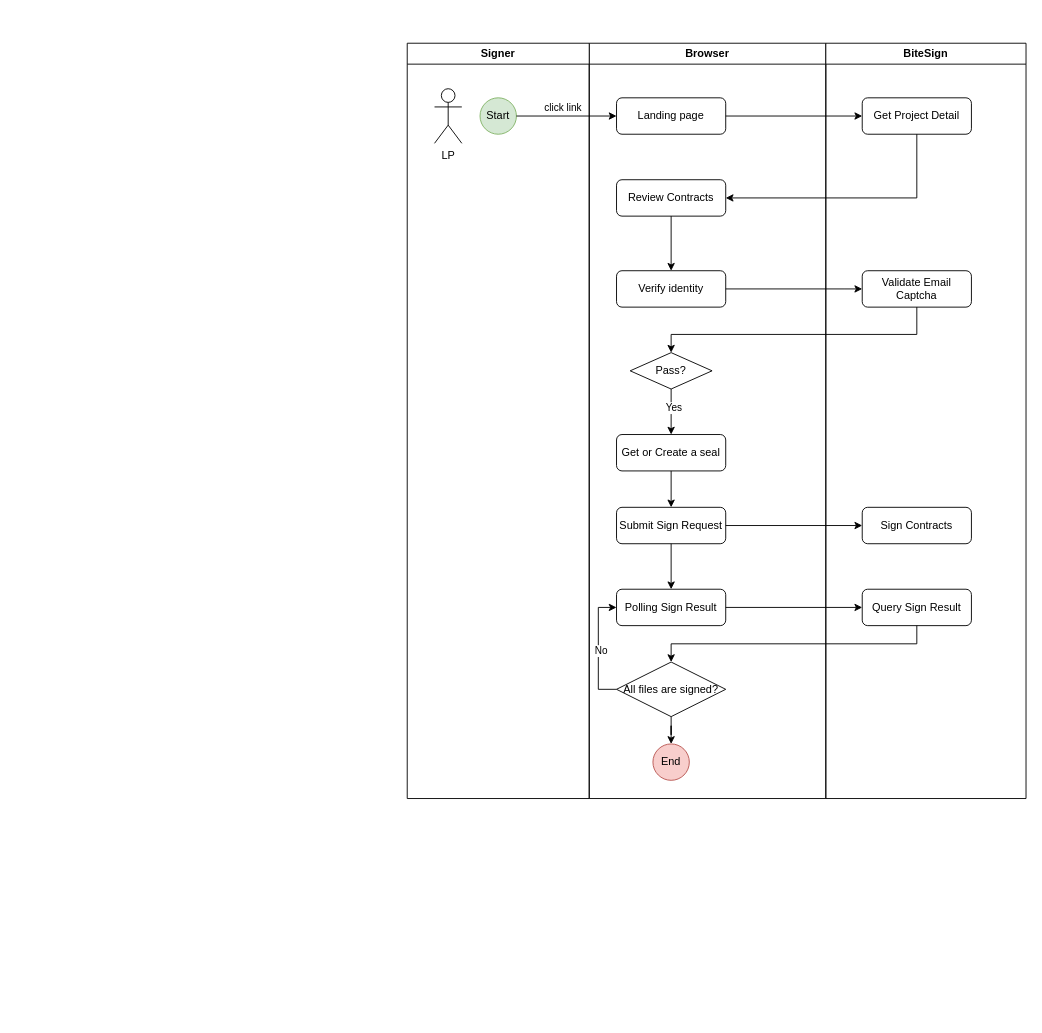
Above: sign_flow_2.drawio in fast-dev/fast-dev.github.io (draw.io), before the change. Source tidied: cells renumbered, new cells numbered last; positions are measured from the earlier drawing's top-left corner, leaving out a move shared by most shapes. Both pictures are drawn from the tidied source at 91%, with x=0, y=0 at pixel (407, 43).
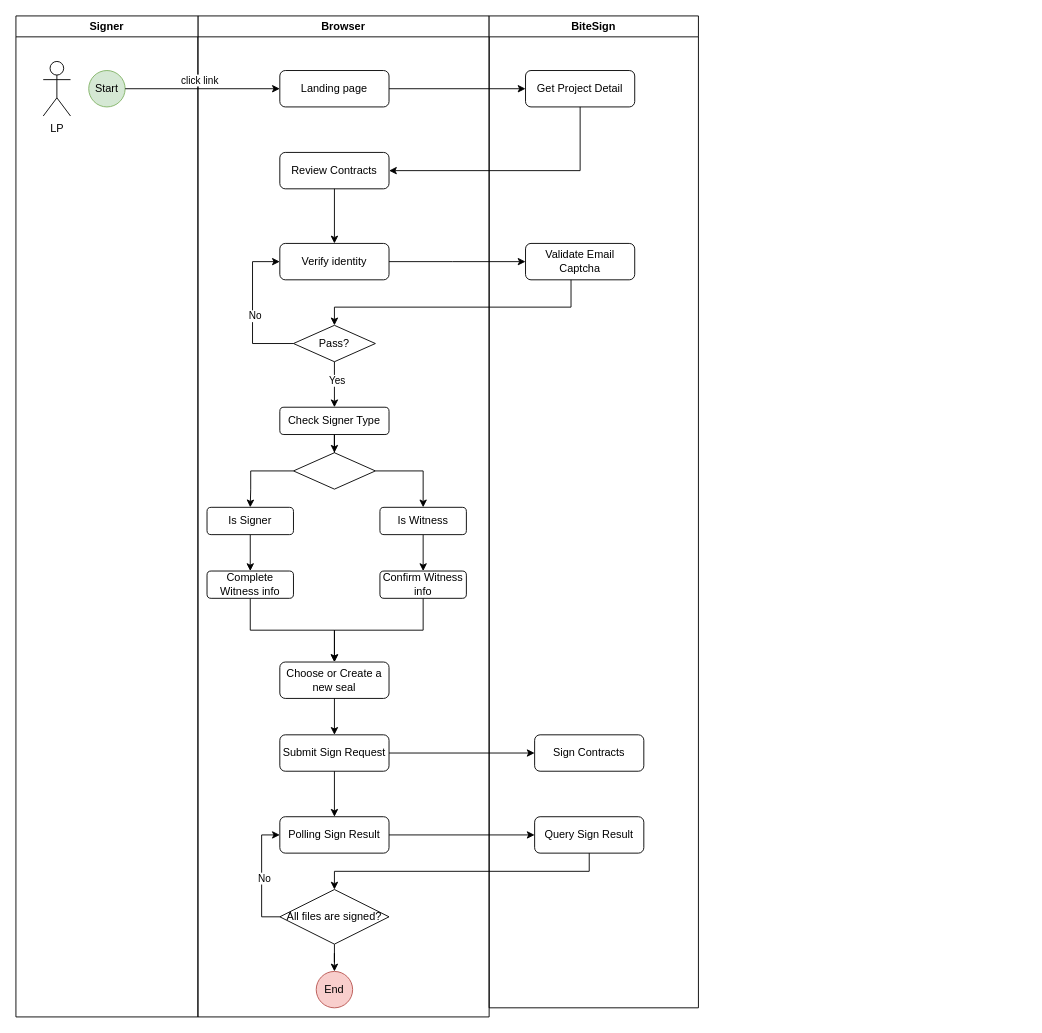
Above is the later version.

The change refers to these unchanged cells:
```xml
<mxCell id="16" value="Get Project Detail" style="rounded=1;whiteSpace=wrap;html=1;fontSize=12;glass=0;strokeWidth=1;shadow=0;" parent="15" vertex="1">
  <mxGeometry x="40" y="60" width="120" height="40" as="geometry" />
</mxCell>
<mxCell id="17" value="Validate Email Captcha" style="rounded=1;whiteSpace=wrap;html=1;fontSize=12;glass=0;strokeWidth=1;shadow=0;" parent="15" vertex="1">
  <mxGeometry x="40" y="250" width="120" height="40" as="geometry" />
</mxCell>
```

Diff of the diagram source:
```diff
@@
     <mxCell id="2" value="Browser" style="swimlane;whiteSpace=wrap;html=1;" parent="1" vertex="1">
-      <mxGeometry x="200" width="260" height="830" as="geometry" />
+      <mxGeometry x="-230" y="-30" width="320" height="1100" as="geometry" />
     </mxCell>
     <mxCell id="3" value="Landing page" style="rounded=1;whiteSpace=wrap;html=1;fontSize=12;glass=0;strokeWidth=1;shadow=0;" parent="2" vertex="1">
-      <mxGeometry x="30" y="60" width="120" height="40" as="geometry" />
+      <mxGeometry x="90" y="60" width="120" height="40" as="geometry" />
     </mxCell>
     <mxCell id="4" value="Review Contracts" style="rounded=1;whiteSpace=wrap;html=1;fontSize=12;glass=0;strokeWidth=1;shadow=0;" parent="2" vertex="1">
-      <mxGeometry x="30" y="150" width="120" height="40" as="geometry" />
+      <mxGeometry x="90" y="150" width="120" height="40" as="geometry" />
     </mxCell>
     <mxCell id="5" value="Verify identity" style="rounded=1;whiteSpace=wrap;html=1;fontSize=12;glass=0;strokeWidth=1;shadow=0;" parent="2" vertex="1">
-      <mxGeometry x="30" y="250" width="120" height="40" as="geometry" />
+      <mxGeometry x="90" y="250" width="120" height="40" as="geometry" />
     </mxCell>
@@
+    <mxCell id="37" style="edgeStyle=orthogonalEdgeStyle;rounded=0;jettySize=auto;html=1;entryX=0;entryY=0.5;entryDx=0;entryDy=0;" parent="2" edge="1" source="7" target="5">
+      <mxGeometry relative="1" as="geometry">
+        <Array as="points">
+          <mxPoint x="60" y="360" />
+          <mxPoint x="60" y="270" />
+        </Array>
+      </mxGeometry>
+    </mxCell>
+    <mxCell id="38" value="No" style="edgeLabel;html=1;align=center;verticalAlign=middle;" parent="37" vertex="1">
+      <mxGeometry x="-0.08" y="-2" relative="1" as="geometry" />
+    </mxCell>
     <mxCell id="7" value="Pass?" style="rhombus;whiteSpace=wrap;html=1;" parent="2" vertex="1">
-      <mxGeometry x="45" y="340" width="90" height="40" as="geometry" />
+      <mxGeometry x="105" y="340" width="90" height="40" as="geometry" />
     </mxCell>
-    <mxCell id="8" value="Get or Create a seal" style="rounded=1;whiteSpace=wrap;html=1;fontSize=12;glass=0;strokeWidth=1;shadow=0;" parent="2" vertex="1">
-      <mxGeometry x="30" y="430" width="120" height="40" as="geometry" />
+    <mxCell id="8" value="Choose or Create a new seal" style="rounded=1;whiteSpace=wrap;html=1;fontSize=12;glass=0;strokeWidth=1;shadow=0;" parent="2" vertex="1">
+      <mxGeometry x="90" y="710" width="120" height="40" as="geometry" />
     </mxCell>
-    <mxCell id="9" style="edgeStyle=orthogonalEdgeStyle;rounded=0;jettySize=auto;html=1;" parent="2" edge="1" source="7" target="8">
-      <mxGeometry relative="1" as="geometry" />
-    </mxCell>
-    <mxCell id="10" value="Yes" style="edgeLabel;html=1;align=center;verticalAlign=middle;" parent="9" vertex="1">
-      <mxGeometry x="-0.22" y="2" relative="1" as="geometry" />
-    </mxCell>
     <mxCell id="11" value="Submit Sign Request" style="rounded=1;whiteSpace=wrap;html=1;fontSize=12;glass=0;strokeWidth=1;shadow=0;" parent="2" vertex="1">
-      <mxGeometry x="30" y="510" width="120" height="40" as="geometry" />
+      <mxGeometry x="90" y="790" width="120" height="40" as="geometry" />
     </mxCell>
@@
     <mxCell id="13" value="Polling Sign Result" style="rounded=1;whiteSpace=wrap;html=1;fontSize=12;glass=0;strokeWidth=1;shadow=0;" parent="2" vertex="1">
-      <mxGeometry x="30" y="600" width="120" height="40" as="geometry" />
+      <mxGeometry x="90" y="880" width="120" height="40" as="geometry" />
     </mxCell>
@@
+    <mxCell id="39" style="edgeStyle=orthogonalEdgeStyle;rounded=0;jettySize=auto;html=1;" parent="2" edge="1" source="7">
+      <mxGeometry relative="1" as="geometry">
+        <mxPoint x="150" y="430" as="targetPoint" />
+      </mxGeometry>
+    </mxCell>
+    <mxCell id="10" value="Yes" style="edgeLabel;html=1;align=center;verticalAlign=middle;" parent="39" vertex="1">
+      <mxGeometry x="-0.22" y="2" relative="1" as="geometry" />
+    </mxCell>
+    <mxCell id="40" style="edgeStyle=orthogonalEdgeStyle;rounded=0;jettySize=auto;html=1;" parent="2" edge="1" source="41" target="44">
+      <mxGeometry relative="1" as="geometry" />
+    </mxCell>
+    <mxCell id="41" value="Check Signer Type" style="rounded=1;whiteSpace=wrap;html=1;fontSize=12;glass=0;strokeWidth=1;shadow=0;" parent="2" vertex="1">
+      <mxGeometry x="90" y="430" width="120" height="30" as="geometry" />
+    </mxCell>
+    <mxCell id="42" style="edgeStyle=orthogonalEdgeStyle;rounded=0;jettySize=auto;html=1;entryX=0.5;entryY=0;entryDx=0;entryDy=0;" parent="2" edge="1" source="44" target="48">
+      <mxGeometry relative="1" as="geometry" />
+    </mxCell>
+    <mxCell id="43" style="edgeStyle=orthogonalEdgeStyle;rounded=0;jettySize=auto;html=1;entryX=0.5;entryY=0;entryDx=0;entryDy=0;" parent="2" edge="1" source="44" target="46">
+      <mxGeometry relative="1" as="geometry">
+        <Array as="points">
+          <mxPoint x="58" y="500" />
+          <mxPoint x="58" y="520" />
+        </Array>
+      </mxGeometry>
+    </mxCell>
+    <mxCell id="44" style="rhombus;whiteSpace=wrap;html=1;" parent="2" vertex="1">
+      <mxGeometry x="105" y="480" width="90" height="40" as="geometry" />
+    </mxCell>
+    <mxCell id="45" style="edgeStyle=orthogonalEdgeStyle;rounded=0;jettySize=auto;html=1;" parent="2" edge="1" source="46" target="50">
+      <mxGeometry relative="1" as="geometry" />
+    </mxCell>
+    <mxCell id="46" value="Is Signer" style="rounded=1;whiteSpace=wrap;html=1;fontSize=12;glass=0;strokeWidth=1;shadow=0;" parent="2" vertex="1">
+      <mxGeometry x="10" y="540" width="95" height="30" as="geometry" />
+    </mxCell>
+    <mxCell id="47" style="edgeStyle=orthogonalEdgeStyle;rounded=0;jettySize=auto;html=1;" parent="2" edge="1" source="48" target="52">
+      <mxGeometry relative="1" as="geometry" />
+    </mxCell>
+    <mxCell id="48" value="Is Witness" style="rounded=1;whiteSpace=wrap;html=1;fontSize=12;glass=0;strokeWidth=1;shadow=0;" parent="2" vertex="1">
+      <mxGeometry x="200" y="540" width="95" height="30" as="geometry" />
+    </mxCell>
+    <mxCell id="49" style="edgeStyle=orthogonalEdgeStyle;rounded=0;jettySize=auto;html=1;" parent="2" edge="1" source="50" target="8">
+      <mxGeometry relative="1" as="geometry" />
+    </mxCell>
+    <mxCell id="50" value="Complete Witness info" style="rounded=1;whiteSpace=wrap;html=1;fontSize=12;glass=0;strokeWidth=1;shadow=0;" parent="2" vertex="1">
+      <mxGeometry x="10" y="610" width="95" height="30" as="geometry" />
+    </mxCell>
+    <mxCell id="51" style="edgeStyle=orthogonalEdgeStyle;rounded=0;jettySize=auto;html=1;entryX=0.5;entryY=0;entryDx=0;entryDy=0;" parent="2" edge="1" source="52" target="8">
+      <mxGeometry relative="1" as="geometry" />
+    </mxCell>
+    <mxCell id="52" value="Confirm Witness info" style="rounded=1;whiteSpace=wrap;html=1;fontSize=12;glass=0;strokeWidth=1;shadow=0;" parent="2" vertex="1">
+      <mxGeometry x="200" y="610" width="95" height="30" as="geometry" />
+    </mxCell>
     <mxCell id="15" value="BiteSign" style="swimlane;whiteSpace=wrap;html=1;" parent="1" vertex="1">
-      <mxGeometry x="460" width="220" height="830" as="geometry" />
+      <mxGeometry x="90" y="-30" width="230" height="1090" as="geometry" />
     </mxCell>
@@
     <mxCell id="18" value="Sign Contracts" style="rounded=1;whiteSpace=wrap;html=1;fontSize=12;glass=0;strokeWidth=1;shadow=0;" parent="15" vertex="1">
-      <mxGeometry x="40" y="510" width="120" height="40" as="geometry" />
+      <mxGeometry x="50" y="790" width="120" height="40" as="geometry" />
     </mxCell>
     <mxCell id="19" value="Query Sign Result" style="rounded=1;whiteSpace=wrap;html=1;fontSize=12;glass=0;strokeWidth=1;shadow=0;" parent="15" vertex="1">
-      <mxGeometry x="40" y="600" width="120" height="40" as="geometry" />
+      <mxGeometry x="50" y="880" width="120" height="40" as="geometry" />
     </mxCell>
     <mxCell id="20" value="Signer" style="swimlane;whiteSpace=wrap;html=1;" parent="1" vertex="1">
-      <mxGeometry width="200" height="830" as="geometry" />
+      <mxGeometry x="-430" y="-30" width="200" height="1100" as="geometry" />
     </mxCell>
@@
     <mxCell id="26" style="edgeStyle=orthogonalEdgeStyle;rounded=0;jettySize=auto;html=1;" parent="1" edge="1" source="16" target="4">
       <mxGeometry relative="1" as="geometry">
         <Array as="points">
-          <mxPoint x="560" y="170" />
+          <mxPoint x="190" y="140" />
         </Array>
       </mxGeometry>
     </mxCell>
     <mxCell id="27" style="edgeStyle=orthogonalEdgeStyle;rounded=0;jettySize=auto;html=1;entryX=0;entryY=0.5;entryDx=0;entryDy=0;" parent="1" edge="1" source="5" target="17">
       <mxGeometry relative="1" as="geometry">
         <Array as="points">
-          <mxPoint x="480" y="270" />
-          <mxPoint x="480" y="270" />
+          <mxPoint x="50" y="240" />
+          <mxPoint x="50" y="240" />
         </Array>
       </mxGeometry>
     </mxCell>
     <mxCell id="28" style="edgeStyle=orthogonalEdgeStyle;rounded=0;jettySize=auto;html=1;entryX=0.5;entryY=0;entryDx=0;entryDy=0;" parent="1" edge="1" source="17" target="7">
       <mxGeometry relative="1" as="geometry">
         <Array as="points">
-          <mxPoint x="560" y="320" />
-          <mxPoint x="290" y="320" />
+          <mxPoint x="180" y="290" />
+          <mxPoint x="-80" y="290" />
         </Array>
       </mxGeometry>
     </mxCell>
@@
     <mxCell id="30" style="edgeStyle=orthogonalEdgeStyle;rounded=0;jettySize=auto;html=1;entryX=0;entryY=0.5;entryDx=0;entryDy=0;" parent="1" edge="1" source="33" target="13">
       <mxGeometry relative="1" as="geometry">
         <Array as="points">
-          <mxPoint x="210" y="710" />
-          <mxPoint x="210" y="620" />
+          <mxPoint x="-160" y="960" />
+          <mxPoint x="-160" y="870" />
         </Array>
       </mxGeometry>
     </mxCell>
@@
     <mxCell id="33" value="All files are signed?" style="rhombus;whiteSpace=wrap;html=1;" parent="1" vertex="1">
-      <mxGeometry x="230" y="680" width="120" height="60" as="geometry" />
+      <mxGeometry x="-140" y="930" width="120" height="60" as="geometry" />
     </mxCell>
     <mxCell id="34" value="End" style="ellipse;whiteSpace=wrap;html=1;fillColor=#f8cecc;strokeColor=#b85450;" parent="1" vertex="1">
-      <mxGeometry x="270" y="770" width="40" height="40" as="geometry" />
+      <mxGeometry x="-100" y="1020" width="40" height="40" as="geometry" />
     </mxCell>
@@
     <mxCell id="36" style="edgeStyle=orthogonalEdgeStyle;rounded=0;jettySize=auto;html=1;entryX=0.5;entryY=0;entryDx=0;entryDy=0;" parent="1" edge="1" source="19" target="33">
       <mxGeometry relative="1" as="geometry">
         <Array as="points">
-          <mxPoint x="560" y="660" />
-          <mxPoint x="290" y="660" />
+          <mxPoint x="200" y="910" />
+          <mxPoint x="-80" y="910" />
         </Array>
       </mxGeometry>
     </mxCell>
```
